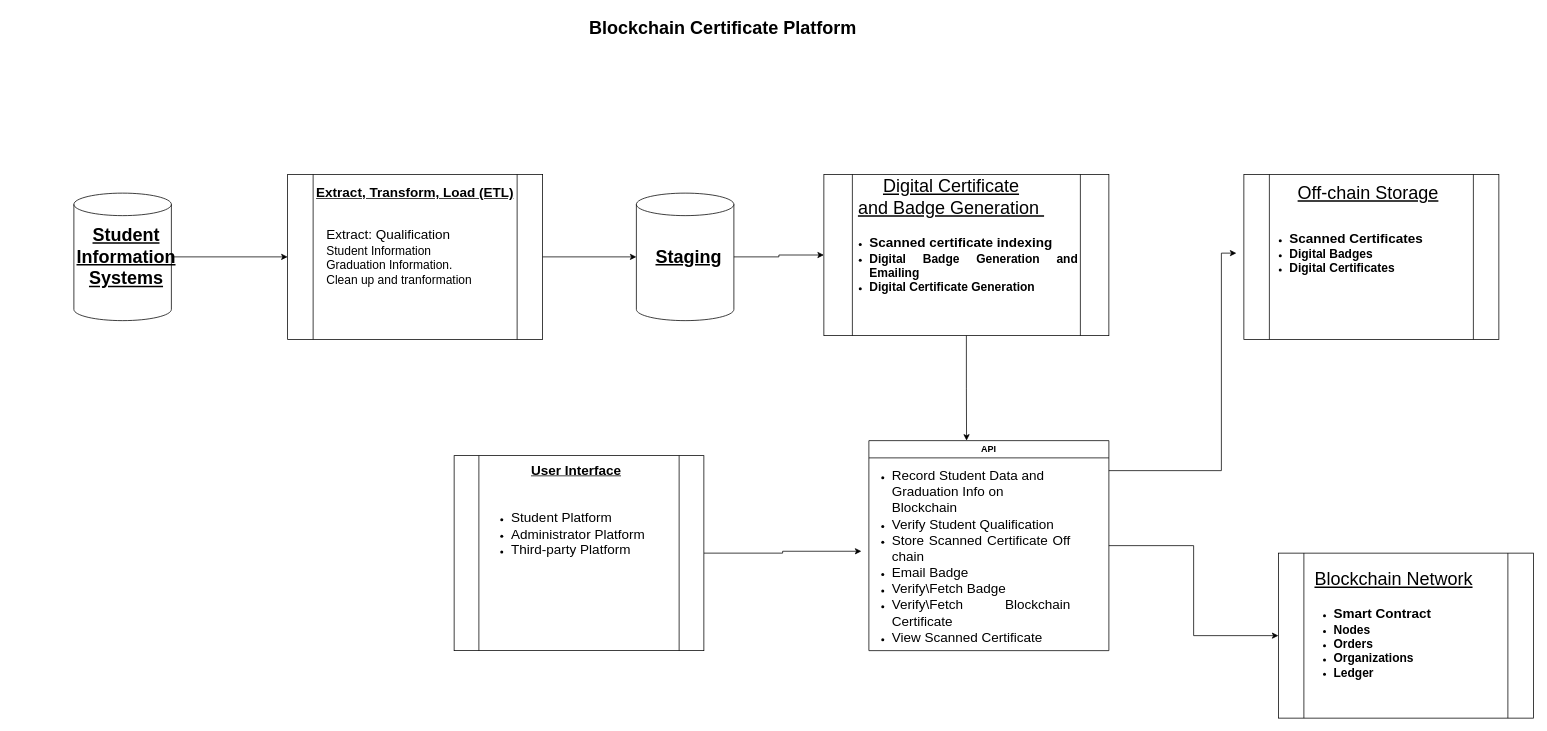
SifisoMzansi/architecture-diagrams keeps this draw.io diagram as Untitled Diagram.drawio. Above is the earlier version. Source tidied: cells renumbered, new cells numbered last; positions are measured from the earlier drawing's top-left corner, leaving out a move shared by most shapes. Both pictures are drawn from the tidied source at 75%, with x=0, y=0 at pixel (74, 13).
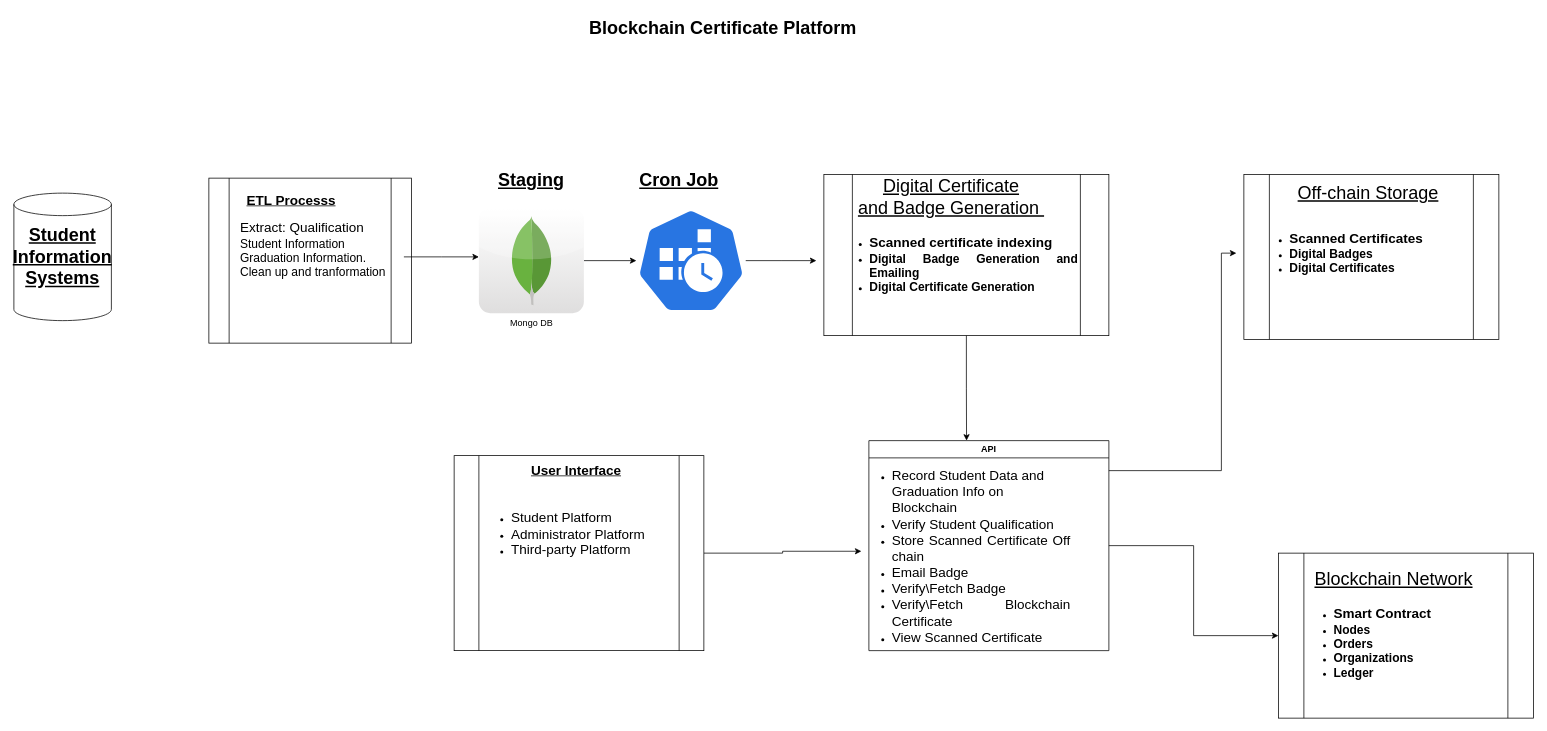
After the change.

The change refers to these unchanged cells:
```xml
<mxCell id="13" style="shape=process;whiteSpace=wrap;html=1;backgroundOutline=1;" parent="1" vertex="1">
  <mxGeometry x="1000" y="215" width="380" height="215" as="geometry" />
</mxCell>
```

The edit, as a diff of the source:
```diff
@@
-    <mxCell id="3" style="edgeStyle=orthogonalEdgeStyle;rounded=0;jettySize=auto;html=1;entryX=0;entryY=0.5;entryDx=0;entryDy=0;" parent="1" edge="1" source="4" target="6">
-      <mxGeometry relative="1" as="geometry" />
-    </mxCell>
     <mxCell id="4" style="shape=cylinder3;whiteSpace=wrap;html=1;boundedLbl=1;backgroundOutline=1;size=15;" parent="1" vertex="1">
-      <mxGeometry y="240" width="130" height="170" as="geometry" />
+      <mxGeometry x="-80" y="240" width="130" height="170" as="geometry" />
     </mxCell>
     <mxCell id="5" value="&lt;font style=&quot;font-size: 24px;&quot;&gt;&lt;b style=&quot;&quot;&gt;&lt;u style=&quot;&quot;&gt;Student Information Systems&lt;/u&gt;&lt;/b&gt;&lt;/font&gt;" style="text;html=1;align=center;verticalAlign=middle;whiteSpace=wrap;rounded=0;" parent="1" vertex="1">
-      <mxGeometry x="10" y="280" width="120" height="90" as="geometry" />
+      <mxGeometry x="-55" y="280" width="80" height="90" as="geometry" />
     </mxCell>
     <mxCell id="6" style="shape=process;whiteSpace=wrap;html=1;backgroundOutline=1;" parent="1" vertex="1">
-      <mxGeometry x="285" y="215" width="340" height="220" as="geometry" />
+      <mxGeometry x="180" y="220" width="270" height="220" as="geometry" />
     </mxCell>
-    <mxCell id="7" value="&lt;font style=&quot;font-size: 18px;&quot;&gt;&lt;b&gt;&lt;u&gt;Extract, Transform, Load (ETL)&lt;/u&gt;&lt;/b&gt;&lt;/font&gt;" style="text;html=1;align=center;verticalAlign=middle;whiteSpace=wrap;rounded=0;" parent="1" vertex="1">
-      <mxGeometry x="285" y="220" width="340" height="40" as="geometry" />
+    <mxCell id="7" value="&lt;font style=&quot;font-size: 18px;&quot;&gt;&lt;b&gt;&lt;u&gt;ETL Processs&lt;/u&gt;&lt;/b&gt;&lt;/font&gt;" style="text;html=1;align=center;verticalAlign=middle;whiteSpace=wrap;rounded=0;" parent="1" vertex="1">
+      <mxGeometry x="120" y="230" width="340" height="40" as="geometry" />
     </mxCell>
+    <mxCell id="31" style="edgeStyle=orthogonalEdgeStyle;rounded=0;jettySize=auto;html=1;" parent="1" edge="1" source="8">
+      <mxGeometry relative="1" as="geometry">
+        <mxPoint x="540" y="325" as="targetPoint" />
+      </mxGeometry>
+    </mxCell>
     <mxCell id="8" value="&lt;div style=&quot;text-align: justify;&quot;&gt;&lt;span style=&quot;background-color: initial;&quot;&gt;&lt;font style=&quot;font-size: 18px;&quot;&gt;Extract: Qualification&amp;nbsp;&lt;/font&gt;&lt;/span&gt;&lt;/div&gt;&lt;div style=&quot;text-align: justify;&quot;&gt;&lt;span style=&quot;background-color: initial;&quot;&gt;&lt;font size=&quot;3&quot;&gt;Student Information&lt;/font&gt;&lt;/span&gt;&lt;/div&gt;&lt;div style=&quot;text-align: justify;&quot;&gt;&lt;span style=&quot;background-color: initial;&quot;&gt;&lt;font size=&quot;3&quot;&gt;Graduation Information.&amp;nbsp;&lt;/font&gt;&lt;/span&gt;&lt;/div&gt;&lt;div style=&quot;text-align: justify;&quot;&gt;&lt;span style=&quot;background-color: initial;&quot;&gt;&lt;font size=&quot;3&quot;&gt;Clean up and tranformation&lt;/font&gt;&lt;/span&gt;&lt;/div&gt;&lt;div style=&quot;text-align: justify;&quot;&gt;&lt;span style=&quot;background-color: initial;&quot;&gt;&lt;span style=&quot;white-space: pre;&quot;&gt;&lt;font size=&quot;3&quot;&gt;&#9;&lt;/font&gt;&lt;/span&gt;&lt;/span&gt;&lt;/div&gt;" style="text;html=1;align=left;verticalAlign=middle;whiteSpace=wrap;rounded=0;" parent="1" vertex="1">
-      <mxGeometry x="335" y="280" width="240" height="110" as="geometry" />
+      <mxGeometry x="220" y="270" width="220" height="110" as="geometry" />
     </mxCell>
-    <mxCell id="9" style="shape=cylinder3;whiteSpace=wrap;html=1;boundedLbl=1;backgroundOutline=1;size=15;" parent="1" vertex="1">
-      <mxGeometry x="750" y="240" width="130" height="170" as="geometry" />
-    </mxCell>
-    <mxCell id="10" style="edgeStyle=orthogonalEdgeStyle;rounded=0;jettySize=auto;html=1;entryX=0;entryY=0.5;entryDx=0;entryDy=0;" parent="1" edge="1" source="11" target="13">
-      <mxGeometry relative="1" as="geometry" />
-    </mxCell>
-    <mxCell id="11" value="&lt;font style=&quot;font-size: 24px;&quot;&gt;&lt;b style=&quot;&quot;&gt;&lt;u style=&quot;&quot;&gt;Staging&lt;/u&gt;&lt;/b&gt;&lt;/font&gt;" style="text;html=1;align=center;verticalAlign=middle;whiteSpace=wrap;rounded=0;" parent="1" vertex="1">
-      <mxGeometry x="760" y="280" width="120" height="90" as="geometry" />
-    </mxCell>
-    <mxCell id="12" style="edgeStyle=orthogonalEdgeStyle;rounded=0;jettySize=auto;html=1;entryX=0;entryY=0.5;entryDx=0;entryDy=0;entryPerimeter=0;" parent="1" edge="1" source="6" target="9">
-      <mxGeometry relative="1" as="geometry" />
-    </mxCell>
@@
+    <mxCell id="32" style="edgeStyle=orthogonalEdgeStyle;rounded=0;jettySize=auto;html=1;" parent="1" edge="1" source="33" target="35">
+      <mxGeometry relative="1" as="geometry" />
+    </mxCell>
+    <mxCell id="33" value="Mongo DB" style="dashed=0;outlineConnect=0;html=1;align=center;labelPosition=center;verticalLabelPosition=bottom;verticalAlign=top;shape=mxgraph.webicons.mongodb;gradientColor=#DFDEDE;" parent="1" vertex="1">
+      <mxGeometry x="540" y="260" width="140" height="140" as="geometry" />
+    </mxCell>
+    <mxCell id="11" value="&lt;font style=&quot;font-size: 24px;&quot;&gt;&lt;b style=&quot;&quot;&gt;&lt;u style=&quot;&quot;&gt;Staging&lt;/u&gt;&lt;/b&gt;&lt;/font&gt;" style="text;html=1;align=center;verticalAlign=middle;whiteSpace=wrap;rounded=0;" parent="1" vertex="1">
+      <mxGeometry x="550" y="185" width="120" height="75" as="geometry" />
+    </mxCell>
+    <mxCell id="34" style="edgeStyle=orthogonalEdgeStyle;rounded=0;jettySize=auto;html=1;" parent="1" edge="1" source="35">
+      <mxGeometry relative="1" as="geometry">
+        <mxPoint x="990" y="330" as="targetPoint" />
+      </mxGeometry>
+    </mxCell>
+    <mxCell id="35" style="sketch=0;html=1;dashed=0;whitespace=wrap;verticalLabelPosition=bottom;verticalAlign=top;fillColor=#2875E2;strokeColor=#ffffff;points=[[0.005,0.63,0],[0.1,0.2,0],[0.9,0.2,0],[0.5,0,0],[0.995,0.63,0],[0.72,0.99,0],[0.5,1,0],[0.28,0.99,0]];shape=mxgraph.kubernetes.icon2;prIcon=cronjob;" parent="1" vertex="1">
+      <mxGeometry x="750" y="260" width="145.8" height="140" as="geometry" />
+    </mxCell>
+    <mxCell id="36" value="&lt;font style=&quot;font-size: 24px;&quot;&gt;&lt;b style=&quot;&quot;&gt;&lt;u style=&quot;&quot;&gt;Cron Job&lt;/u&gt;&lt;/b&gt;&lt;/font&gt;" style="text;html=1;align=center;verticalAlign=middle;whiteSpace=wrap;rounded=0;" parent="1" vertex="1">
+      <mxGeometry x="746.5" y="185" width="120" height="75" as="geometry" />
+    </mxCell>
```
